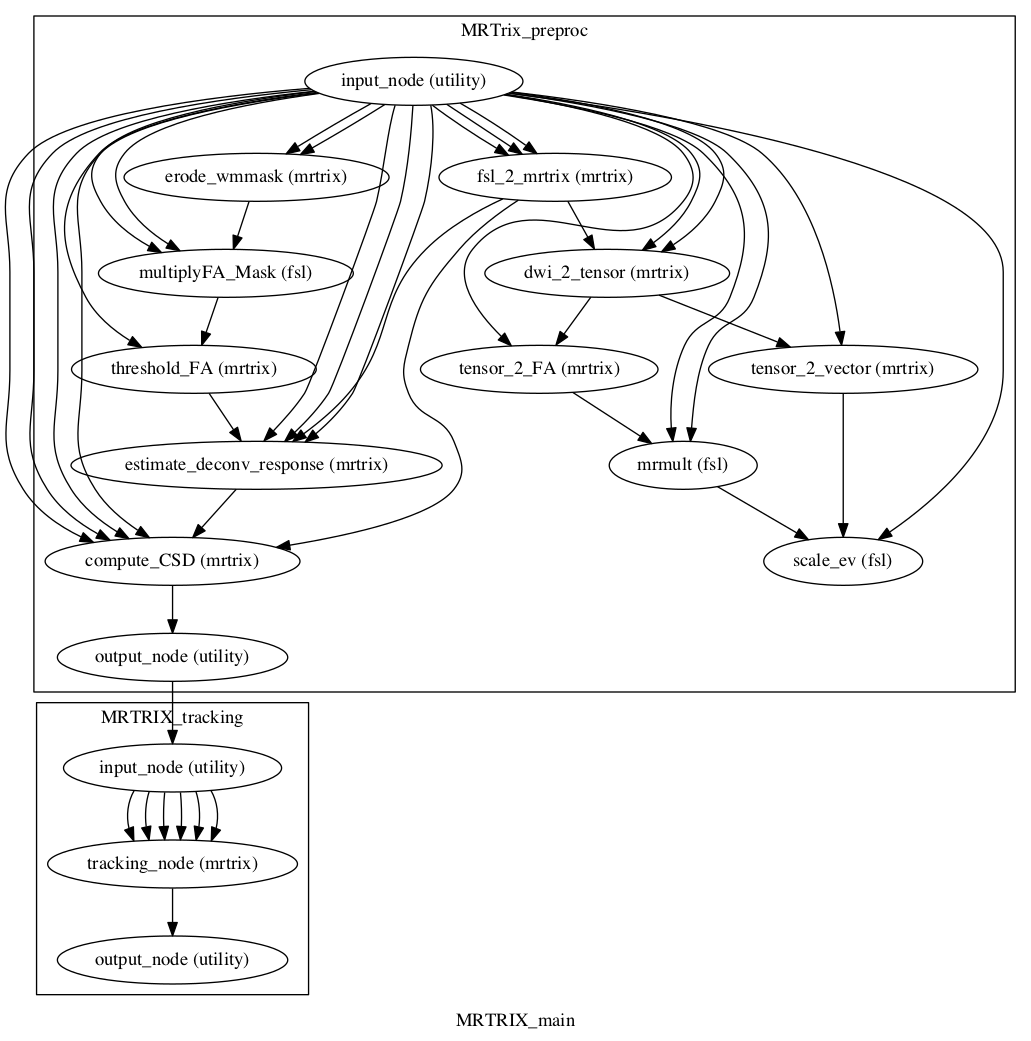
The Graphviz diagram notebooks/mrtrix/workflow_graph.dot.png in BrainModes/TVB-Pypeline, before a commit. Its source is kept beside it as notebooks/mrtrix/workflow_graph.dot. The source it was exported from:
```dot
digraph MRTRIX_main{
  label="MRTRIX_main";
  subgraph cluster_MRTRIX_main_MRTrix_preproc {
      label="MRTrix_preproc";
    MRTRIX_main_MRTrix_preproc_input_node[label="input_node (utility)"];
    MRTRIX_main_MRTrix_preproc_erode_wmmask[label="erode_wmmask (mrtrix)"];
    MRTRIX_main_MRTrix_preproc_fsl_2_mrtrix[label="fsl_2_mrtrix (mrtrix)"];
    MRTRIX_main_MRTrix_preproc_dwi_2_tensor[label="dwi_2_tensor (mrtrix)"];
    MRTRIX_main_MRTrix_preproc_tensor_2_FA[label="tensor_2_FA (mrtrix)"];
    MRTRIX_main_MRTrix_preproc_mrmult[label="mrmult (fsl)"];
    MRTRIX_main_MRTrix_preproc_multiplyFA_Mask[label="multiplyFA_Mask (fsl)"];
    MRTRIX_main_MRTrix_preproc_threshold_FA[label="threshold_FA (mrtrix)"];
    MRTRIX_main_MRTrix_preproc_estimate_deconv_response[label="estimate_deconv_response (mrtrix)"];
    MRTRIX_main_MRTrix_preproc_compute_CSD[label="compute_CSD (mrtrix)"];
    MRTRIX_main_MRTrix_preproc_output_node[label="output_node (utility)"];
    MRTRIX_main_MRTrix_preproc_tensor_2_vector[label="tensor_2_vector (mrtrix)"];
    MRTRIX_main_MRTrix_preproc_scale_ev[label="scale_ev (fsl)"];
    MRTRIX_main_MRTrix_preproc_input_node -> MRTRIX_main_MRTrix_preproc_scale_ev;
    MRTRIX_main_MRTrix_preproc_input_node -> MRTRIX_main_MRTrix_preproc_tensor_2_vector;
    MRTRIX_main_MRTrix_preproc_input_node -> MRTRIX_main_MRTrix_preproc_compute_CSD;
    MRTRIX_main_MRTrix_preproc_input_node -> MRTRIX_main_MRTrix_preproc_compute_CSD;
    MRTRIX_main_MRTrix_preproc_input_node -> MRTRIX_main_MRTrix_preproc_compute_CSD;
    MRTRIX_main_MRTrix_preproc_input_node -> MRTRIX_main_MRTrix_preproc_compute_CSD;
    MRTRIX_main_MRTrix_preproc_input_node -> MRTRIX_main_MRTrix_preproc_multiplyFA_Mask;
    MRTRIX_main_MRTrix_preproc_input_node -> MRTRIX_main_MRTrix_preproc_multiplyFA_Mask;
    MRTRIX_main_MRTrix_preproc_input_node -> MRTRIX_main_MRTrix_preproc_erode_wmmask;
    MRTRIX_main_MRTrix_preproc_input_node -> MRTRIX_main_MRTrix_preproc_erode_wmmask;
    MRTRIX_main_MRTrix_preproc_input_node -> MRTRIX_main_MRTrix_preproc_fsl_2_mrtrix;
    MRTRIX_main_MRTrix_preproc_input_node -> MRTRIX_main_MRTrix_preproc_fsl_2_mrtrix;
    MRTRIX_main_MRTrix_preproc_input_node -> MRTRIX_main_MRTrix_preproc_fsl_2_mrtrix;
    MRTRIX_main_MRTrix_preproc_input_node -> MRTRIX_main_MRTrix_preproc_threshold_FA;
    MRTRIX_main_MRTrix_preproc_input_node -> MRTRIX_main_MRTrix_preproc_estimate_deconv_response;
    MRTRIX_main_MRTrix_preproc_input_node -> MRTRIX_main_MRTrix_preproc_estimate_deconv_response;
    MRTRIX_main_MRTrix_preproc_input_node -> MRTRIX_main_MRTrix_preproc_estimate_deconv_response;
    MRTRIX_main_MRTrix_preproc_input_node -> MRTRIX_main_MRTrix_preproc_tensor_2_FA;
    MRTRIX_main_MRTrix_preproc_input_node -> MRTRIX_main_MRTrix_preproc_mrmult;
    MRTRIX_main_MRTrix_preproc_input_node -> MRTRIX_main_MRTrix_preproc_mrmult;
    MRTRIX_main_MRTrix_preproc_input_node -> MRTRIX_main_MRTrix_preproc_dwi_2_tensor;
    MRTRIX_main_MRTrix_preproc_input_node -> MRTRIX_main_MRTrix_preproc_dwi_2_tensor;
    MRTRIX_main_MRTrix_preproc_erode_wmmask -> MRTRIX_main_MRTrix_preproc_multiplyFA_Mask;
    MRTRIX_main_MRTrix_preproc_fsl_2_mrtrix -> MRTRIX_main_MRTrix_preproc_estimate_deconv_response;
    MRTRIX_main_MRTrix_preproc_fsl_2_mrtrix -> MRTRIX_main_MRTrix_preproc_dwi_2_tensor;
    MRTRIX_main_MRTrix_preproc_fsl_2_mrtrix -> MRTRIX_main_MRTrix_preproc_compute_CSD;
    MRTRIX_main_MRTrix_preproc_dwi_2_tensor -> MRTRIX_main_MRTrix_preproc_tensor_2_FA;
    MRTRIX_main_MRTrix_preproc_dwi_2_tensor -> MRTRIX_main_MRTrix_preproc_tensor_2_vector;
    MRTRIX_main_MRTrix_preproc_tensor_2_FA -> MRTRIX_main_MRTrix_preproc_mrmult;
    MRTRIX_main_MRTrix_preproc_mrmult -> MRTRIX_main_MRTrix_preproc_scale_ev;
    MRTRIX_main_MRTrix_preproc_multiplyFA_Mask -> MRTRIX_main_MRTrix_preproc_threshold_FA;
    MRTRIX_main_MRTrix_preproc_threshold_FA -> MRTRIX_main_MRTrix_preproc_estimate_deconv_response;
    MRTRIX_main_MRTrix_preproc_estimate_deconv_response -> MRTRIX_main_MRTrix_preproc_compute_CSD;
    MRTRIX_main_MRTrix_preproc_compute_CSD -> MRTRIX_main_MRTrix_preproc_output_node;
    MRTRIX_main_MRTrix_preproc_tensor_2_vector -> MRTRIX_main_MRTrix_preproc_scale_ev;
  }
  subgraph cluster_MRTRIX_main_MRTRIX_tracking {
      label="MRTRIX_tracking";
    MRTRIX_main_MRTRIX_tracking_input_node[label="input_node (utility)"];
    MRTRIX_main_MRTRIX_tracking_tracking_node[label="tracking_node (mrtrix)"];
    MRTRIX_main_MRTRIX_tracking_output_node[label="output_node (utility)"];
    MRTRIX_main_MRTRIX_tracking_input_node -> MRTRIX_main_MRTRIX_tracking_tracking_node;
    MRTRIX_main_MRTRIX_tracking_input_node -> MRTRIX_main_MRTRIX_tracking_tracking_node;
    MRTRIX_main_MRTRIX_tracking_input_node -> MRTRIX_main_MRTRIX_tracking_tracking_node;
    MRTRIX_main_MRTRIX_tracking_input_node -> MRTRIX_main_MRTRIX_tracking_tracking_node;
    MRTRIX_main_MRTRIX_tracking_input_node -> MRTRIX_main_MRTRIX_tracking_tracking_node;
    MRTRIX_main_MRTRIX_tracking_input_node -> MRTRIX_main_MRTRIX_tracking_tracking_node;
    MRTRIX_main_MRTRIX_tracking_tracking_node -> MRTRIX_main_MRTRIX_tracking_output_node;
  }
  MRTRIX_main_MRTrix_preproc_output_node -> MRTRIX_main_MRTRIX_tracking_input_node;
}
```
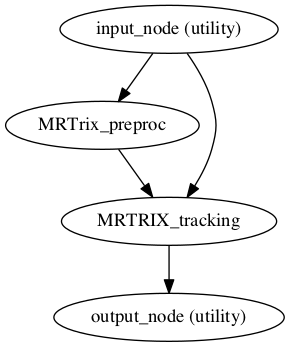
The same diagram one commit later.

Change to the diagram source:
```diff
@@ -1,68 +1,10 @@
-digraph MRTRIX_main{
-  label="MRTRIX_main";
-  subgraph cluster_MRTRIX_main_MRTrix_preproc {
-      label="MRTrix_preproc";
-    MRTRIX_main_MRTrix_preproc_input_node[label="input_node (utility)"];
-    MRTRIX_main_MRTrix_preproc_erode_wmmask[label="erode_wmmask (mrtrix)"];
-    MRTRIX_main_MRTrix_preproc_fsl_2_mrtrix[label="fsl_2_mrtrix (mrtrix)"];
-    MRTRIX_main_MRTrix_preproc_dwi_2_tensor[label="dwi_2_tensor (mrtrix)"];
-    MRTRIX_main_MRTrix_preproc_tensor_2_FA[label="tensor_2_FA (mrtrix)"];
-    MRTRIX_main_MRTrix_preproc_mrmult[label="mrmult (fsl)"];
-    MRTRIX_main_MRTrix_preproc_multiplyFA_Mask[label="multiplyFA_Mask (fsl)"];
-    MRTRIX_main_MRTrix_preproc_threshold_FA[label="threshold_FA (mrtrix)"];
-    MRTRIX_main_MRTrix_preproc_estimate_deconv_response[label="estimate_deconv_response (mrtrix)"];
-    MRTRIX_main_MRTrix_preproc_compute_CSD[label="compute_CSD (mrtrix)"];
-    MRTRIX_main_MRTrix_preproc_output_node[label="output_node (utility)"];
-    MRTRIX_main_MRTrix_preproc_tensor_2_vector[label="tensor_2_vector (mrtrix)"];
-    MRTRIX_main_MRTrix_preproc_scale_ev[label="scale_ev (fsl)"];
-    MRTRIX_main_MRTrix_preproc_input_node -> MRTRIX_main_MRTrix_preproc_scale_ev;
-    MRTRIX_main_MRTrix_preproc_input_node -> MRTRIX_main_MRTrix_preproc_tensor_2_vector;
-    MRTRIX_main_MRTrix_preproc_input_node -> MRTRIX_main_MRTrix_preproc_compute_CSD;
-    MRTRIX_main_MRTrix_preproc_input_node -> MRTRIX_main_MRTrix_preproc_compute_CSD;
-    MRTRIX_main_MRTrix_preproc_input_node -> MRTRIX_main_MRTrix_preproc_compute_CSD;
-    MRTRIX_main_MRTrix_preproc_input_node -> MRTRIX_main_MRTrix_preproc_compute_CSD;
-    MRTRIX_main_MRTrix_preproc_input_node -> MRTRIX_main_MRTrix_preproc_multiplyFA_Mask;
-    MRTRIX_main_MRTrix_preproc_input_node -> MRTRIX_main_MRTrix_preproc_multiplyFA_Mask;
-    MRTRIX_main_MRTrix_preproc_input_node -> MRTRIX_main_MRTrix_preproc_erode_wmmask;
-    MRTRIX_main_MRTrix_preproc_input_node -> MRTRIX_main_MRTrix_preproc_erode_wmmask;
-    MRTRIX_main_MRTrix_preproc_input_node -> MRTRIX_main_MRTrix_preproc_fsl_2_mrtrix;
-    MRTRIX_main_MRTrix_preproc_input_node -> MRTRIX_main_MRTrix_preproc_fsl_2_mrtrix;
-    MRTRIX_main_MRTrix_preproc_input_node -> MRTRIX_main_MRTrix_preproc_fsl_2_mrtrix;
-    MRTRIX_main_MRTrix_preproc_input_node -> MRTRIX_main_MRTrix_preproc_threshold_FA;
-    MRTRIX_main_MRTrix_preproc_input_node -> MRTRIX_main_MRTrix_preproc_estimate_deconv_response;
-    MRTRIX_main_MRTrix_preproc_input_node -> MRTRIX_main_MRTrix_preproc_estimate_deconv_response;
-    MRTRIX_main_MRTrix_preproc_input_node -> MRTRIX_main_MRTrix_preproc_estimate_deconv_response;
-    MRTRIX_main_MRTrix_preproc_input_node -> MRTRIX_main_MRTrix_preproc_tensor_2_FA;
-    MRTRIX_main_MRTrix_preproc_input_node -> MRTRIX_main_MRTrix_preproc_mrmult;
-    MRTRIX_main_MRTrix_preproc_input_node -> MRTRIX_main_MRTrix_preproc_mrmult;
-    MRTRIX_main_MRTrix_preproc_input_node -> MRTRIX_main_MRTrix_preproc_dwi_2_tensor;
-    MRTRIX_main_MRTrix_preproc_input_node -> MRTRIX_main_MRTrix_preproc_dwi_2_tensor;
-    MRTRIX_main_MRTrix_preproc_erode_wmmask -> MRTRIX_main_MRTrix_preproc_multiplyFA_Mask;
-    MRTRIX_main_MRTrix_preproc_fsl_2_mrtrix -> MRTRIX_main_MRTrix_preproc_estimate_deconv_response;
-    MRTRIX_main_MRTrix_preproc_fsl_2_mrtrix -> MRTRIX_main_MRTrix_preproc_dwi_2_tensor;
-    MRTRIX_main_MRTrix_preproc_fsl_2_mrtrix -> MRTRIX_main_MRTrix_preproc_compute_CSD;
-    MRTRIX_main_MRTrix_preproc_dwi_2_tensor -> MRTRIX_main_MRTrix_preproc_tensor_2_FA;
-    MRTRIX_main_MRTrix_preproc_dwi_2_tensor -> MRTRIX_main_MRTrix_preproc_tensor_2_vector;
-    MRTRIX_main_MRTrix_preproc_tensor_2_FA -> MRTRIX_main_MRTrix_preproc_mrmult;
-    MRTRIX_main_MRTrix_preproc_mrmult -> MRTRIX_main_MRTrix_preproc_scale_ev;
-    MRTRIX_main_MRTrix_preproc_multiplyFA_Mask -> MRTRIX_main_MRTrix_preproc_threshold_FA;
-    MRTRIX_main_MRTrix_preproc_threshold_FA -> MRTRIX_main_MRTrix_preproc_estimate_deconv_response;
-    MRTRIX_main_MRTrix_preproc_estimate_deconv_response -> MRTRIX_main_MRTrix_preproc_compute_CSD;
-    MRTRIX_main_MRTrix_preproc_compute_CSD -> MRTRIX_main_MRTrix_preproc_output_node;
-    MRTRIX_main_MRTrix_preproc_tensor_2_vector -> MRTRIX_main_MRTrix_preproc_scale_ev;
-  }
-  subgraph cluster_MRTRIX_main_MRTRIX_tracking {
-      label="MRTRIX_tracking";
-    MRTRIX_main_MRTRIX_tracking_input_node[label="input_node (utility)"];
-    MRTRIX_main_MRTRIX_tracking_tracking_node[label="tracking_node (mrtrix)"];
-    MRTRIX_main_MRTRIX_tracking_output_node[label="output_node (utility)"];
-    MRTRIX_main_MRTRIX_tracking_input_node -> MRTRIX_main_MRTRIX_tracking_tracking_node;
-    MRTRIX_main_MRTRIX_tracking_input_node -> MRTRIX_main_MRTRIX_tracking_tracking_node;
-    MRTRIX_main_MRTRIX_tracking_input_node -> MRTRIX_main_MRTRIX_tracking_tracking_node;
-    MRTRIX_main_MRTRIX_tracking_input_node -> MRTRIX_main_MRTRIX_tracking_tracking_node;
-    MRTRIX_main_MRTRIX_tracking_input_node -> MRTRIX_main_MRTRIX_tracking_tracking_node;
-    MRTRIX_main_MRTRIX_tracking_input_node -> MRTRIX_main_MRTRIX_tracking_tracking_node;
-    MRTRIX_main_MRTRIX_tracking_tracking_node -> MRTRIX_main_MRTRIX_tracking_output_node;
-  }
-  MRTRIX_main_MRTrix_preproc_output_node -> MRTRIX_main_MRTRIX_tracking_input_node;
+strict digraph G {
+MRTrix_preproc;
+"output_node (utility)";
+MRTRIX_tracking;
+"input_node (utility)";
+MRTrix_preproc -> MRTRIX_tracking;
+MRTRIX_tracking -> "output_node (utility)";
+"input_node (utility)" -> MRTrix_preproc;
+"input_node (utility)" -> MRTRIX_tracking;
 }
```
